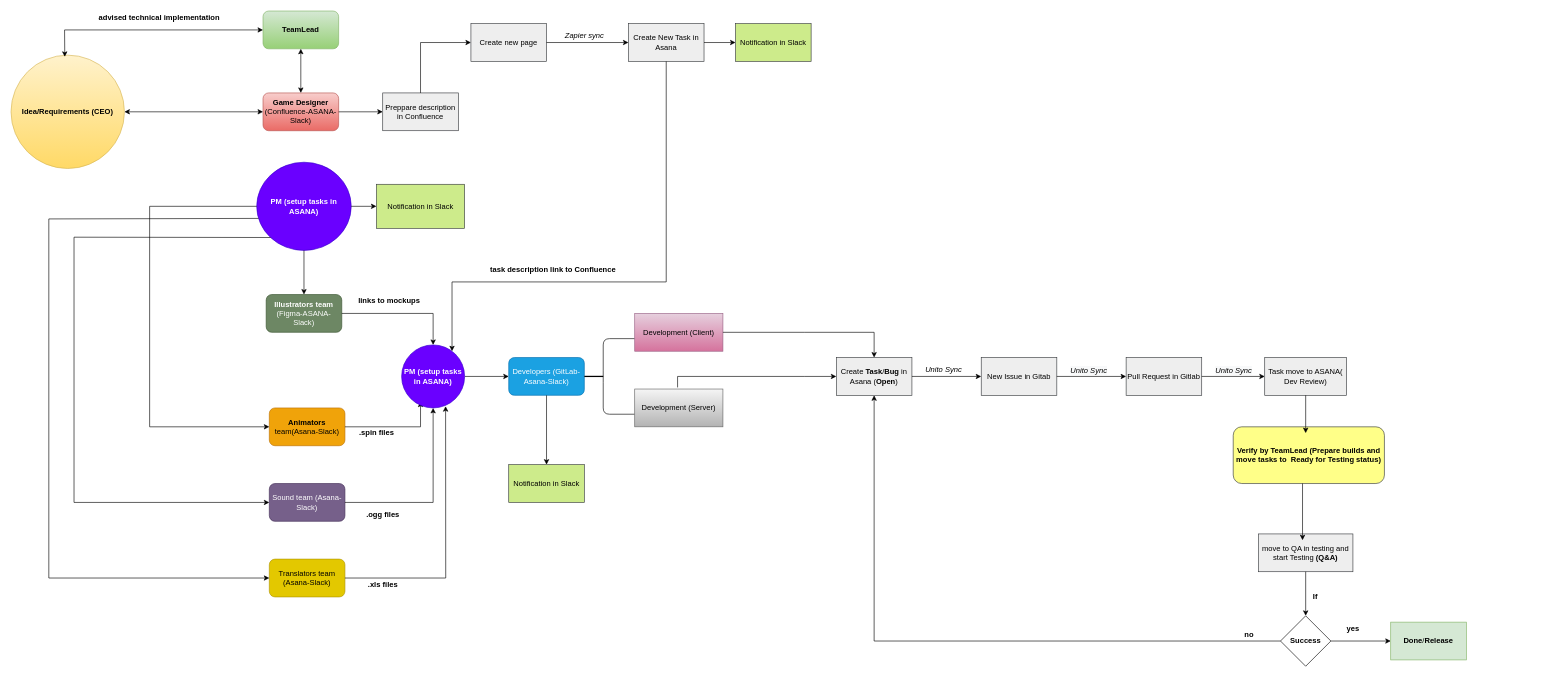
Before: Sky network BP Diagram.drawio in annastazi09/blog, a draw.io diagram. Source tidied: cells renumbered, new cells numbered last; positions are measured from the earlier drawing's top-left corner, leaving out a move shared by most shapes. Both pictures are drawn from the tidied source at 63%, with x=0, y=0 at pixel (11, 11).
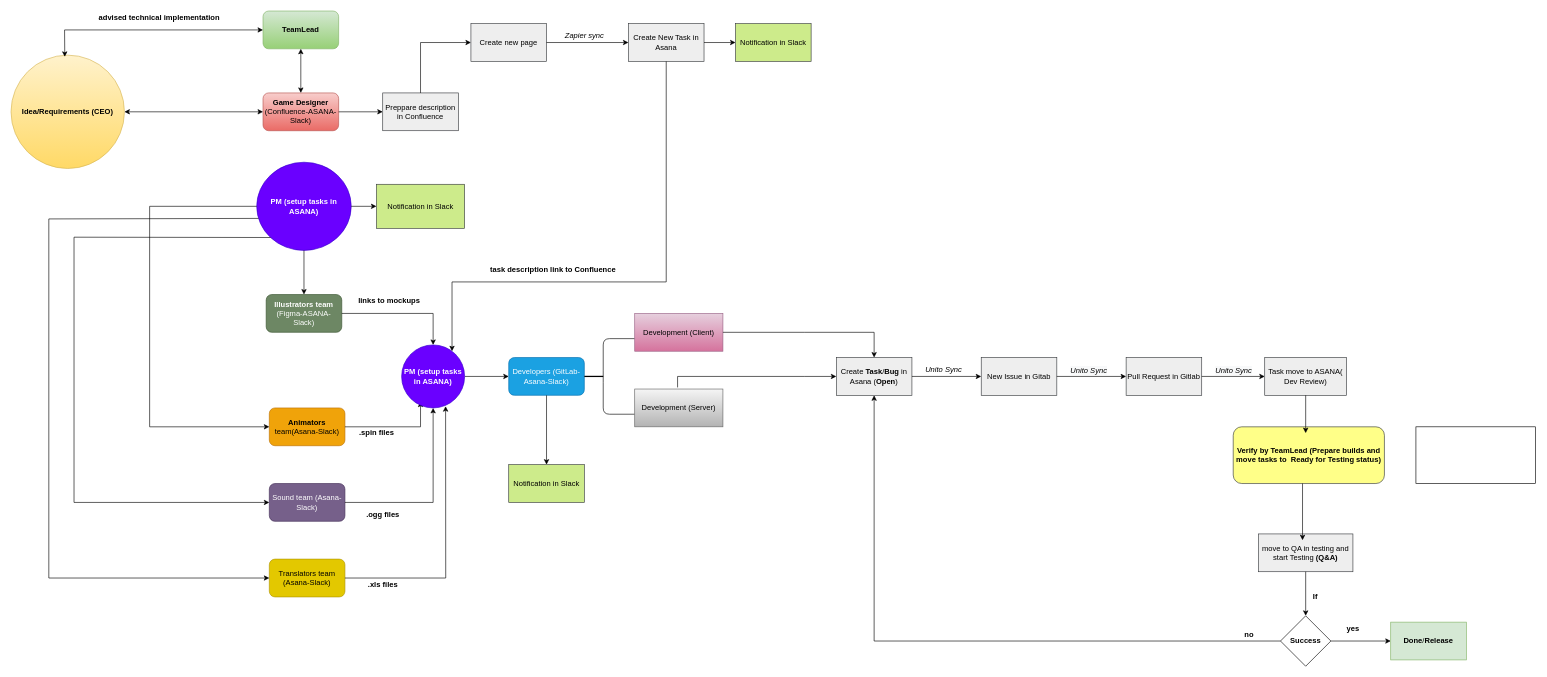
The same page after the edit.

What changed in the source:
```diff
@@
+    <mxCell id="72" style="rounded=0;whiteSpace=wrap;html=1;" parent="1" vertex="1">
+      <mxGeometry x="2230" y="660" width="190" height="90" as="geometry" />
+    </mxCell>
```
